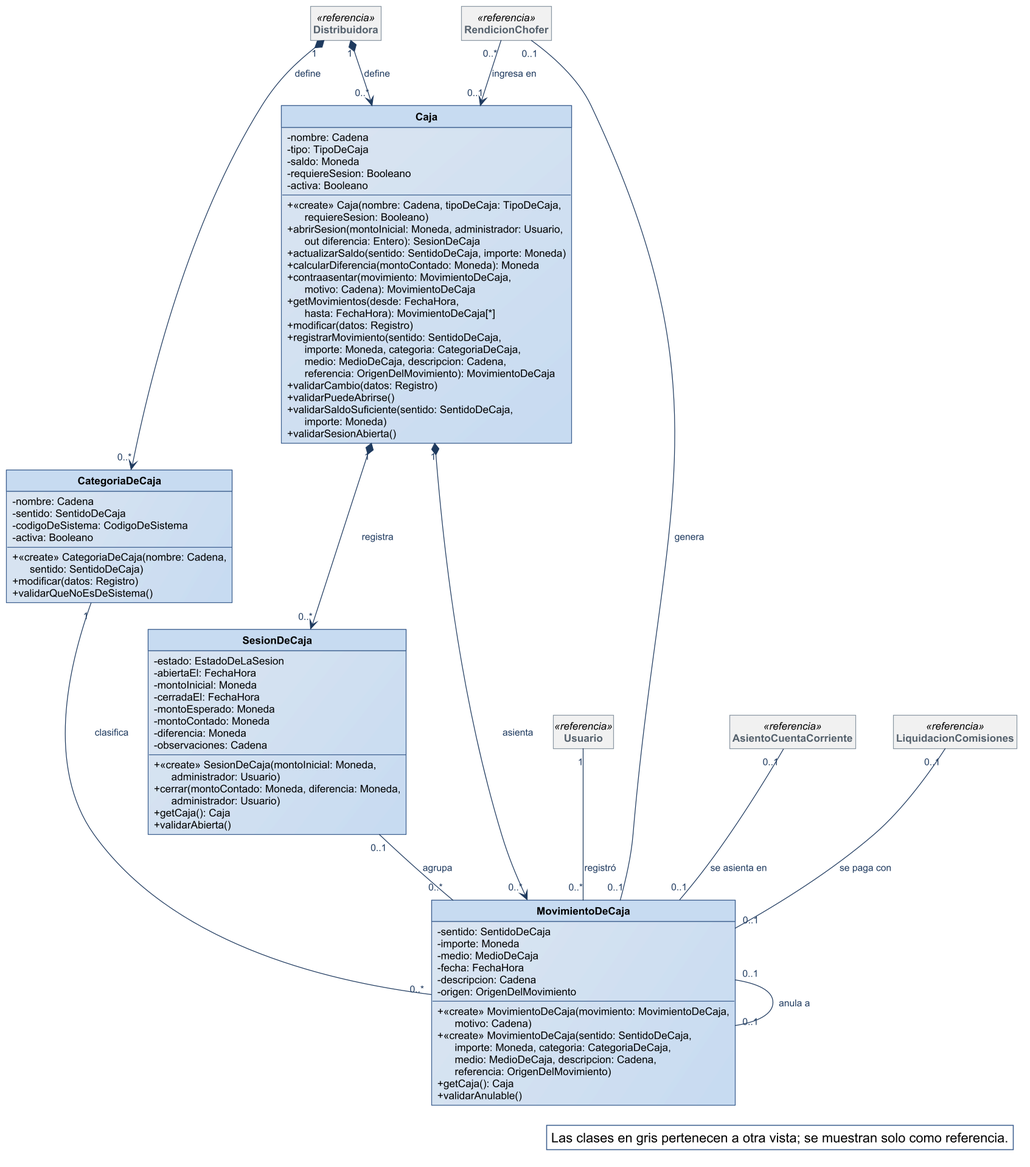
Before: diagramas/clases-diseno/DC_Caja.png, a diagram exported from PlantUML (Nahuelito-Dev/splg-docs).
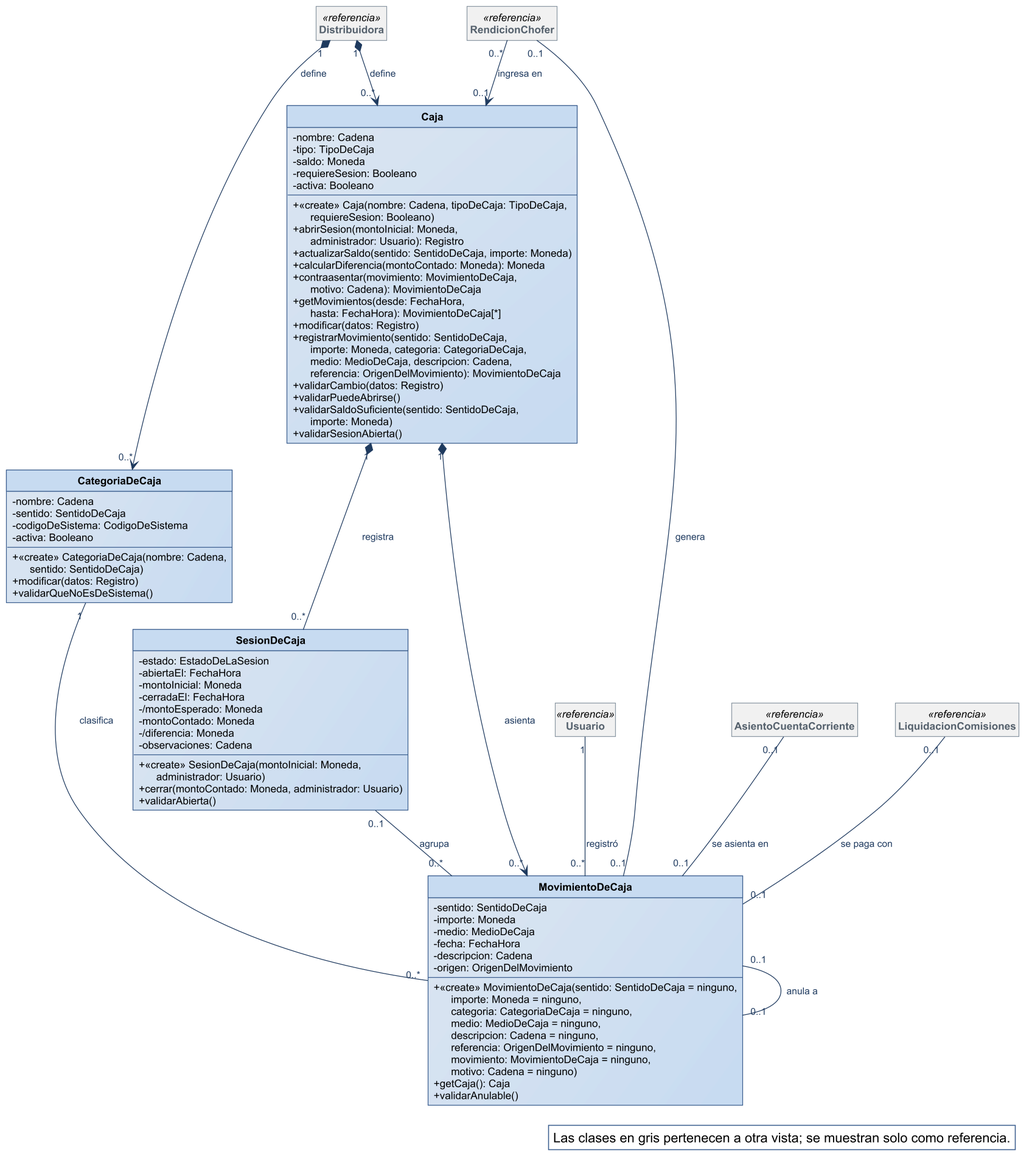
After the commit.

The edit, as a diff of the source:
```diff
@@ -34,7 +34,7 @@
   - requiereSesion: Booleano
   - activa: Booleano
   + «create» Caja(nombre: Cadena, tipoDeCaja: TipoDeCaja,\n      requiereSesion: Booleano)
-  + abrirSesion(montoInicial: Moneda, administrador: Usuario,\n      out diferencia: Entero): SesionDeCaja
+  + abrirSesion(montoInicial: Moneda,\n      administrador: Usuario): Registro
   + actualizarSaldo(sentido: SentidoDeCaja, importe: Moneda)
   + calcularDiferencia(montoContado: Moneda): Moneda
   + contraasentar(movimiento: MovimientoDeCaja,\n      motivo: Cadena): MovimientoDeCaja
@@ -51,13 +51,12 @@
   - abiertaEl: FechaHora
   - montoInicial: Moneda
   - cerradaEl: FechaHora
-  - montoEsperado: Moneda
+  - /montoEsperado: Moneda
   - montoContado: Moneda
-  - diferencia: Moneda
+  - /diferencia: Moneda
   - observaciones: Cadena
   + «create» SesionDeCaja(montoInicial: Moneda,\n      administrador: Usuario)
-  + cerrar(montoContado: Moneda, diferencia: Moneda,\n      administrador: Usuario)
-  + getCaja(): Caja
+  + cerrar(montoContado: Moneda, administrador: Usuario)
   + validarAbierta()
 }
 class CategoriaDeCaja {
@@ -76,8 +75,7 @@
   - fecha: FechaHora
   - descripcion: Cadena
   - origen: OrigenDelMovimiento
-  + «create» MovimientoDeCaja(movimiento: MovimientoDeCaja,\n      motivo: Cadena)
-  + «create» MovimientoDeCaja(sentido: SentidoDeCaja,\n      importe: Moneda, categoria: CategoriaDeCaja,\n      medio: MedioDeCaja, descripcion: Cadena,\n      referencia: OrigenDelMovimiento)
+  + «create» MovimientoDeCaja(sentido: SentidoDeCaja = ninguno,\n      importe: Moneda = ninguno,\n      categoria: CategoriaDeCaja = ninguno,\n      medio: MedioDeCaja = ninguno,\n      descripcion: Cadena = ninguno,\n      referencia: OrigenDelMovimiento = ninguno,\n      movimiento: MovimientoDeCaja = ninguno,\n      motivo: Cadena = ninguno)
   + getCaja(): Caja
   + validarAnulable()
 }
@@ -89,7 +87,7 @@
 
 Distribuidora "1" *--> "0..*" Caja : define
 Distribuidora "1" *--> "0..*" CategoriaDeCaja : define
-Caja "1" *--> "0..*" SesionDeCaja : registra
+Caja "1" *-- "0..*" SesionDeCaja : registra
 Caja "1" *--> "0..*" MovimientoDeCaja : asienta
 SesionDeCaja "0..1" -- "0..*" MovimientoDeCaja : agrupa
 CategoriaDeCaja "1" -- "0..*" MovimientoDeCaja : clasifica
```
